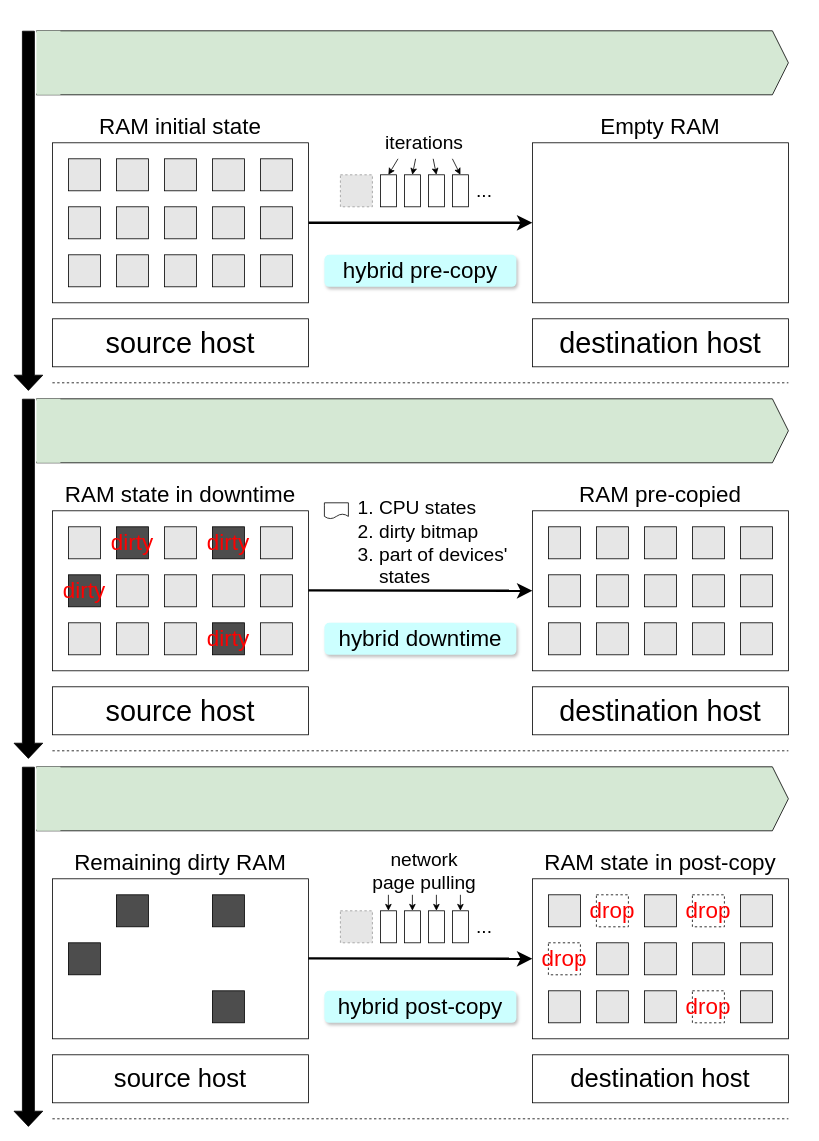
This is final/hybrid migration process.drawio from xuyizhe1999/drawio, a draw.io file, before an edit. Source tidied: cells renumbered, new cells numbered last; positions are measured from the earlier drawing's top-left corner, leaving out a move shared by most shapes. Both pictures are drawn from the tidied source at 80%, with x=0, y=0 at pixel (28, 30). Pictures stored in the file or linked from it are replaced by grey dashed boxes.
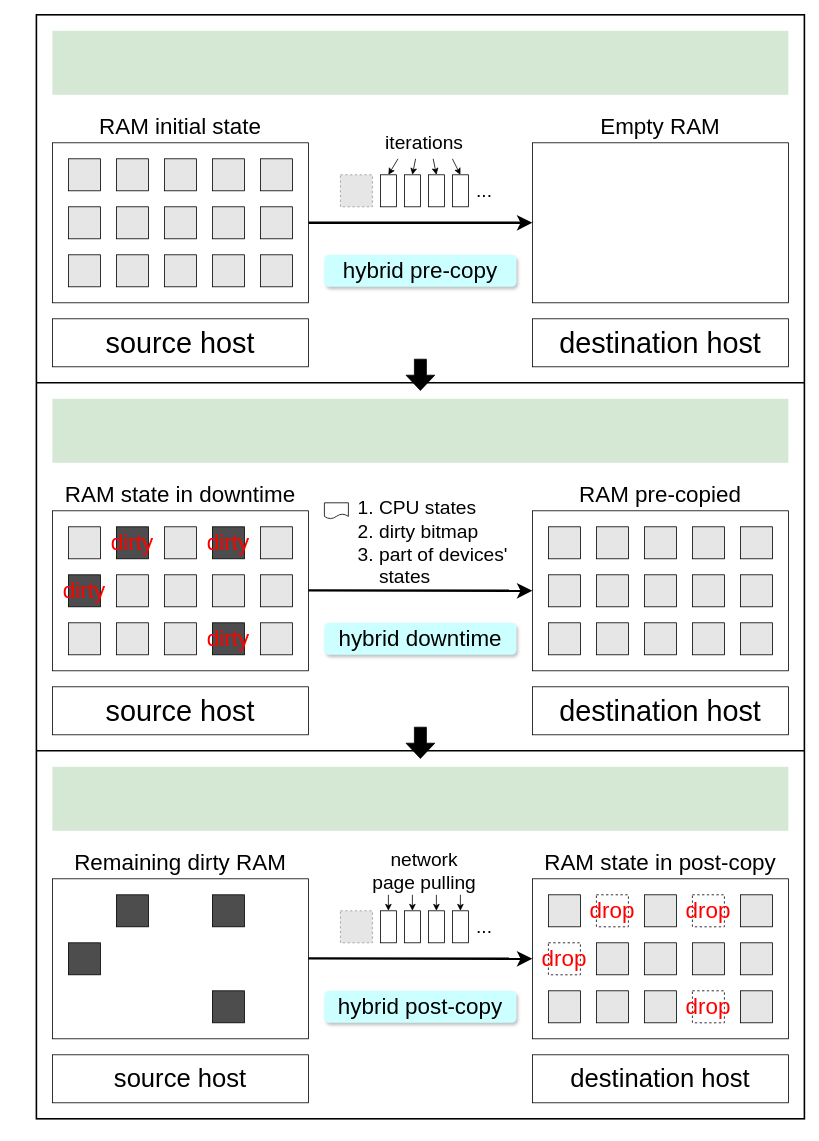
The same page after the edit.

What changed in the source:
```diff
@@
+    <mxCell id="134" style="rounded=0;whiteSpace=wrap;html=1;fillColor=none;strokeWidth=2;" parent="1" vertex="1">
+      <mxGeometry x="10" y="-20" width="960" height="1380" as="geometry" />
+    </mxCell>
@@
-    <mxCell id="23" style="shape=flexArrow;endArrow=classic;html=1;rounded=0;endSize=6;startSize=10;strokeWidth=1;width=15;fillColor=#000000;" parent="1" edge="1">
-      <mxGeometry relative="1" as="geometry">
-        <mxPoint as="sourcePoint" />
-        <mxPoint y="450" as="targetPoint" />
-      </mxGeometry>
-    </mxCell>
@@
-    <mxCell id="114" style="shape=step;perimeter=stepPerimeter;whiteSpace=wrap;html=1;fixedSize=1;fillColor=#D5E8D4;" parent="1" vertex="1">
-      <mxGeometry x="10" width="940" height="80" as="geometry" />
-    </mxCell>
-    <mxCell id="115" style="endArrow=none;html=1;rounded=0;dashed=1;" parent="1" edge="1">
-      <mxGeometry relative="1" as="geometry">
-        <mxPoint x="30" y="440" as="sourcePoint" />
-        <mxPoint x="950" y="440" as="targetPoint" />
-      </mxGeometry>
-    </mxCell>
-    <mxCell id="116" style="rounded=0;whiteSpace=wrap;html=1;fillColor=#D5E8D4;strokeColor=none;" parent="1" vertex="1">
-      <mxGeometry x="10" width="30" height="80" as="geometry" />
-    </mxCell>
-    <mxCell id="117" style="shape=flexArrow;endArrow=classic;html=1;rounded=0;endSize=6;startSize=10;strokeWidth=1;width=15;fillColor=#000000;" parent="1" edge="1">
-      <mxGeometry relative="1" as="geometry">
-        <mxPoint y="460" as="sourcePoint" />
-        <mxPoint y="910" as="targetPoint" />
-      </mxGeometry>
-    </mxCell>
-    <mxCell id="118" style="shape=step;perimeter=stepPerimeter;whiteSpace=wrap;html=1;fixedSize=1;fillColor=#D5E8D4;" parent="1" vertex="1">
-      <mxGeometry x="10" y="460" width="940" height="80" as="geometry" />
-    </mxCell>
-    <mxCell id="119" style="rounded=0;whiteSpace=wrap;html=1;fillColor=#D5E8D4;strokeColor=none;" parent="1" vertex="1">
-      <mxGeometry x="10" y="460" width="30" height="80" as="geometry" />
-    </mxCell>
@@
-    <mxCell id="121" style="endArrow=none;html=1;rounded=0;dashed=1;" parent="1" edge="1">
-      <mxGeometry relative="1" as="geometry">
-        <mxPoint x="30" y="900" as="sourcePoint" />
-        <mxPoint x="950" y="900" as="targetPoint" />
-      </mxGeometry>
-    </mxCell>
-    <mxCell id="122" style="shape=flexArrow;endArrow=classic;html=1;rounded=0;endSize=6;startSize=10;strokeWidth=1;width=15;fillColor=#000000;" parent="1" edge="1">
-      <mxGeometry relative="1" as="geometry">
-        <mxPoint y="920" as="sourcePoint" />
-        <mxPoint y="1370" as="targetPoint" />
-      </mxGeometry>
-    </mxCell>
-    <mxCell id="123" style="shape=step;perimeter=stepPerimeter;whiteSpace=wrap;html=1;fixedSize=1;fillColor=#D5E8D4;" parent="1" vertex="1">
-      <mxGeometry x="10" y="920" width="940" height="80" as="geometry" />
-    </mxCell>
-    <mxCell id="124" style="rounded=0;whiteSpace=wrap;html=1;fillColor=#D5E8D4;strokeColor=none;" parent="1" vertex="1">
-      <mxGeometry x="10" y="920" width="30" height="80" as="geometry" />
-    </mxCell>
-    <mxCell id="125" style="endArrow=none;html=1;rounded=0;dashed=1;" parent="1" edge="1">
+    <mxCell id="125" style="endArrow=none;html=1;rounded=0;strokeWidth=2;" parent="1" edge="1">
       <mxGeometry relative="1" as="geometry">
-        <mxPoint x="30" y="1360" as="sourcePoint" />
-        <mxPoint x="950" y="1360" as="targetPoint" />
+        <mxPoint x="10" y="440" as="sourcePoint" />
+        <mxPoint x="970" y="440" as="targetPoint" />
       </mxGeometry>
     </mxCell>
@@
+    <mxCell id="135" style="rounded=0;whiteSpace=wrap;html=1;fillColor=#D5E8D4;strokeColor=none;" parent="1" vertex="1">
+      <mxGeometry x="30" y="920" width="920" height="80" as="geometry" />
+    </mxCell>
+    <mxCell id="136" style="rounded=0;whiteSpace=wrap;html=1;fillColor=#D5E8D4;strokeColor=none;" parent="1" vertex="1">
+      <mxGeometry x="30" y="460" width="920" height="80" as="geometry" />
+    </mxCell>
+    <mxCell id="137" style="rounded=0;whiteSpace=wrap;html=1;fillColor=#D5E8D4;strokeColor=none;" parent="1" vertex="1">
+      <mxGeometry x="30" width="920" height="80" as="geometry" />
+    </mxCell>
+    <mxCell id="138" style="shape=flexArrow;endArrow=classic;html=1;rounded=0;endSize=6;startSize=10;strokeWidth=1;width=15;fillColor=#000000;" parent="1" edge="1">
+      <mxGeometry relative="1" as="geometry">
+        <mxPoint x="490" y="410" as="sourcePoint" />
+        <mxPoint x="490" y="450" as="targetPoint" />
+      </mxGeometry>
+    </mxCell>
+    <mxCell id="139" style="endArrow=none;html=1;rounded=0;strokeWidth=2;" parent="1" edge="1">
+      <mxGeometry relative="1" as="geometry">
+        <mxPoint x="10" y="900" as="sourcePoint" />
+        <mxPoint x="970" y="900" as="targetPoint" />
+      </mxGeometry>
+    </mxCell>
+    <mxCell id="140" style="shape=flexArrow;endArrow=classic;html=1;rounded=0;endSize=6;startSize=10;strokeWidth=1;width=15;fillColor=#000000;" parent="1" edge="1">
+      <mxGeometry relative="1" as="geometry">
+        <mxPoint x="490" y="870" as="sourcePoint" />
+        <mxPoint x="490" y="910" as="targetPoint" />
+      </mxGeometry>
+    </mxCell>
```
